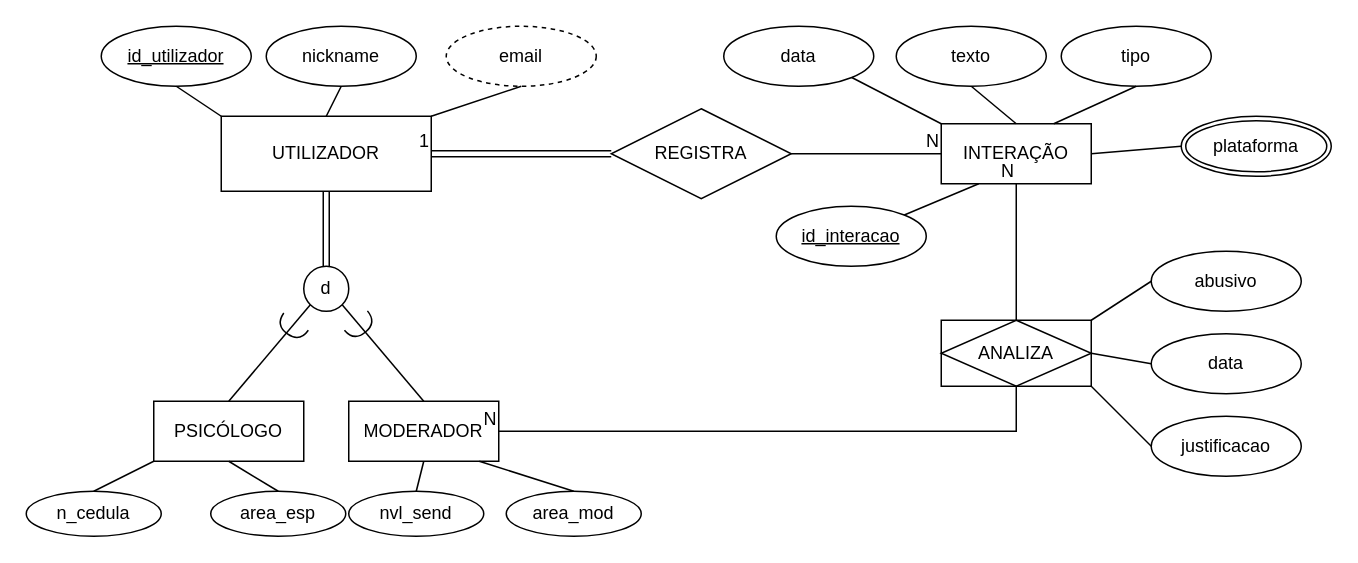
Before: Projeto1.drawio in yorky47/ISI-project1-LEIC33, a draw.io diagram. Source tidied: cells renumbered, new cells numbered last; positions are measured from the earlier drawing's top-left corner, leaving out a move shared by most shapes. Both pictures are drawn from the tidied source at 150%, with x=0, y=0 at pixel (26, 26).
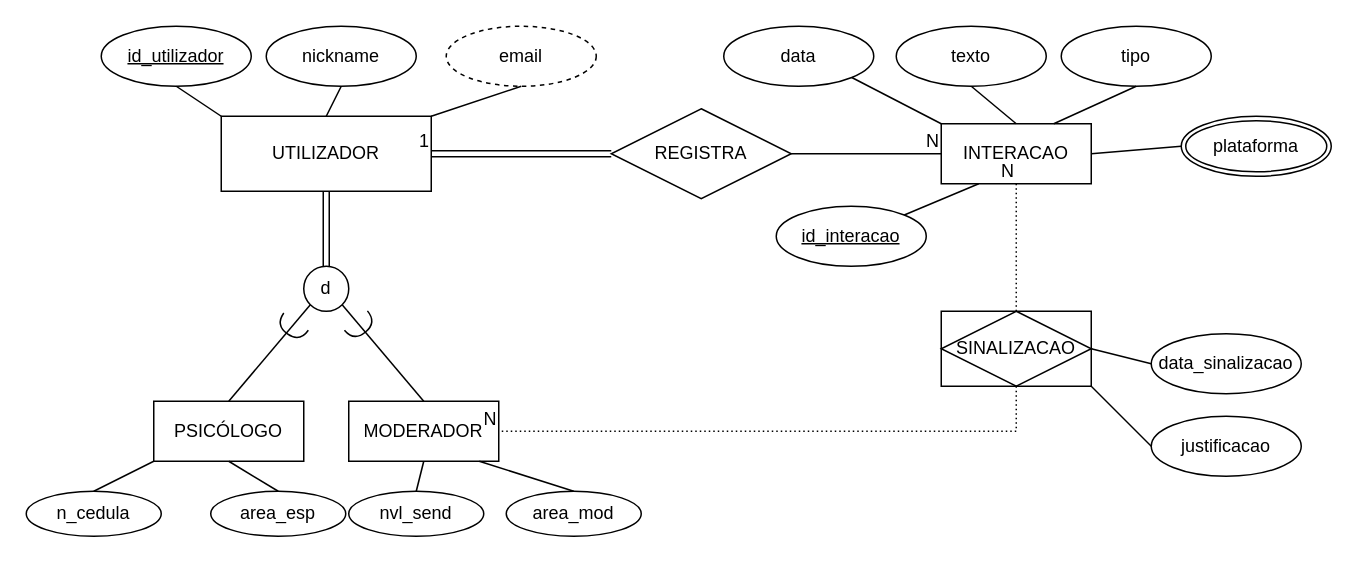
After the change.

Commit message:
update interacao-moderador entidades

Unchanged cells that the change refers to:
```xml
<mxCell id="12" value="MODERADOR" style="whiteSpace=wrap;html=1;align=center;" parent="1" vertex="1">
  <mxGeometry x="215" y="250" width="100" height="40" as="geometry" />
</mxCell>
```

The edit, as a diff of the source:
```diff
@@
-    <mxCell id="28" value="INTERAÇÃO" style="whiteSpace=wrap;html=1;align=center;" parent="1" vertex="1">
+    <mxCell id="28" value="INTERACAO" style="whiteSpace=wrap;html=1;align=center;" parent="1" vertex="1">
       <mxGeometry x="610" y="65" width="100" height="40" as="geometry" />
     </mxCell>
@@
-    <mxCell id="39" value="ANALIZA" style="shape=associativeEntity;whiteSpace=wrap;html=1;align=center;" parent="1" vertex="1">
-      <mxGeometry x="610" y="196" width="100" height="44" as="geometry" />
+    <mxCell id="39" value="SINALIZACAO" style="shape=associativeEntity;whiteSpace=wrap;html=1;align=center;" parent="1" vertex="1">
+      <mxGeometry x="610" y="190" width="100" height="50" as="geometry" />
     </mxCell>
@@
-    <mxCell id="42" style="endArrow=none;html=1;rounded=0;entryX=0.5;entryY=1;entryDx=0;entryDy=0;exitX=0.5;exitY=0;exitDx=0;exitDy=0;" parent="1" edge="1" source="39" target="28">
-      <mxGeometry relative="1" as="geometry" />
-    </mxCell>
-    <mxCell id="43" value="N" style="html=1;whiteSpace=wrap;align=right;verticalAlign=bottom;" parent="42" vertex="1">
-      <mxGeometry x="1" relative="1" as="geometry" />
-    </mxCell>
-    <mxCell id="44" value="abusivo" style="ellipse;whiteSpace=wrap;html=1;align=center;" parent="1" vertex="1">
-      <mxGeometry x="750" y="150" width="100" height="40" as="geometry" />
-    </mxCell>
-    <mxCell id="45" value="data" style="ellipse;whiteSpace=wrap;html=1;align=center;" parent="1" vertex="1">
+    <mxCell id="45" value="data_sinalizacao" style="ellipse;whiteSpace=wrap;html=1;align=center;" parent="1" vertex="1">
       <mxGeometry x="750" y="205" width="100" height="40" as="geometry" />
     </mxCell>
@@
-    <mxCell id="49" style="endArrow=none;html=1;rounded=0;entryX=0;entryY=0.5;entryDx=0;entryDy=0;exitX=1;exitY=0;exitDx=0;exitDy=0;" parent="1" edge="1" source="39" target="44">
-      <mxGeometry relative="1" as="geometry" />
-    </mxCell>
-    <mxCell id="50" style="endArrow=none;html=1;rounded=0;entryX=1;entryY=0.5;entryDx=0;entryDy=0;exitX=0.5;exitY=1;exitDx=0;exitDy=0;" parent="1" edge="1" source="39" target="12">
+    <mxCell id="50" style="endArrow=none;html=1;rounded=0;dashed=1;dashPattern=1 2;exitX=0.5;exitY=1;exitDx=0;exitDy=0;entryX=1;entryY=0.5;entryDx=0;entryDy=0;" parent="1" edge="1" source="39" target="12">
       <mxGeometry relative="1" as="geometry">
         <Array as="points">
           <mxPoint x="660" y="270" />
         </Array>
       </mxGeometry>
     </mxCell>
-    <mxCell id="51" value="N" style="html=1;whiteSpace=wrap;align=right;verticalAlign=bottom;" parent="50" vertex="1">
-      <mxGeometry x="1" relative="1" as="geometry" />
-    </mxCell>
+    <mxCell id="52" value="N" style="html=1;whiteSpace=wrap;align=right;verticalAlign=bottom;" parent="50" vertex="1">
+      <mxGeometry x="1" relative="1" as="geometry" />
+    </mxCell>
+    <mxCell id="42" style="endArrow=none;html=1;rounded=0;dashed=1;dashPattern=1 2;exitX=0.5;exitY=0;exitDx=0;exitDy=0;entryX=0.5;entryY=1;entryDx=0;entryDy=0;" parent="1" edge="1" source="39" target="28">
+      <mxGeometry relative="1" as="geometry" />
+    </mxCell>
+    <mxCell id="53" value="N" style="html=1;whiteSpace=wrap;align=right;verticalAlign=bottom;" parent="42" vertex="1">
+      <mxGeometry x="1" relative="1" as="geometry" />
+    </mxCell>
```
